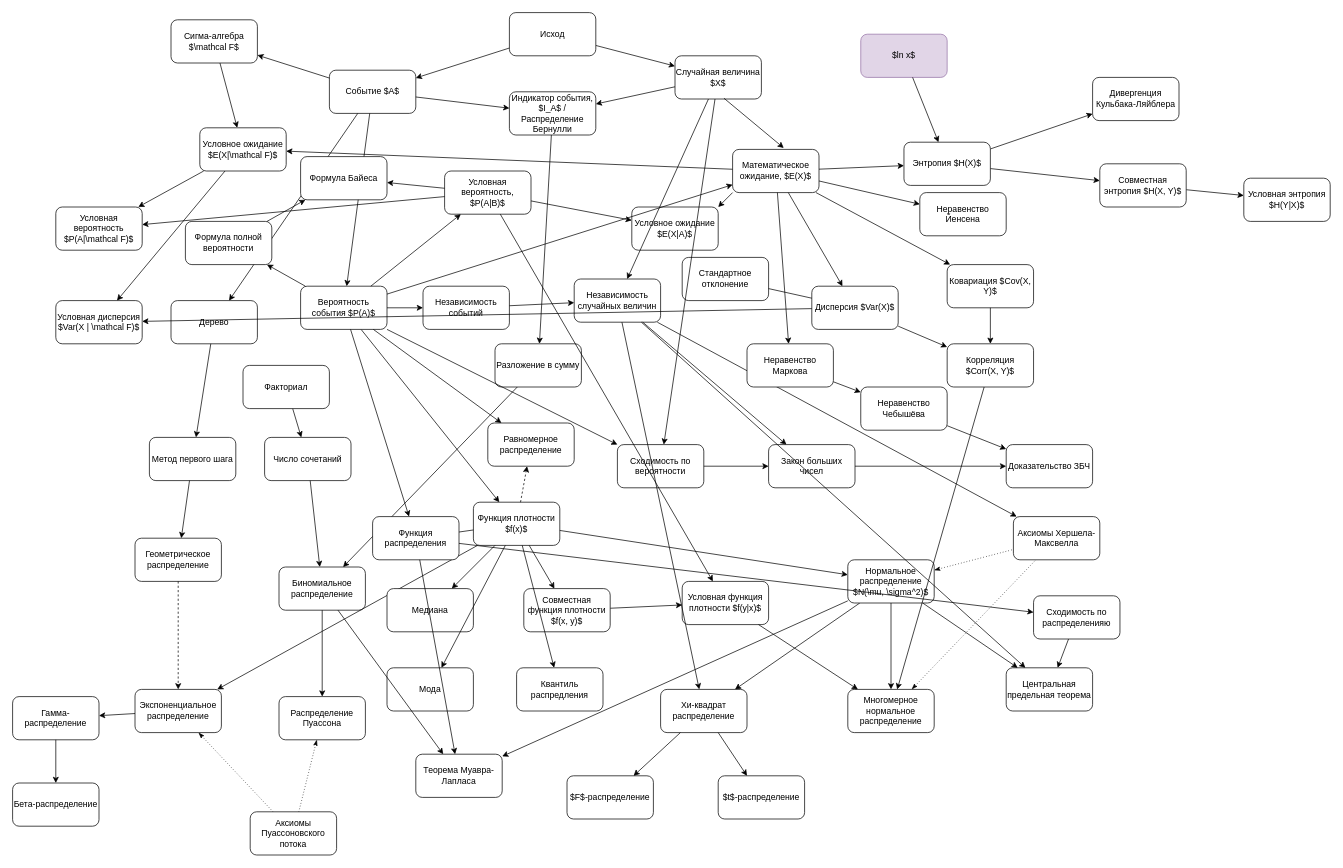
Before: probability_map.drawio in bdemeshev/probability_map, a draw.io diagram. Source tidied: cells renumbered, new cells numbered last; positions are measured from the earlier drawing's top-left corner, leaving out a move shared by most shapes. Both pictures are drawn from the tidied source at 72%, with x=0, y=0 at pixel (12, 12).
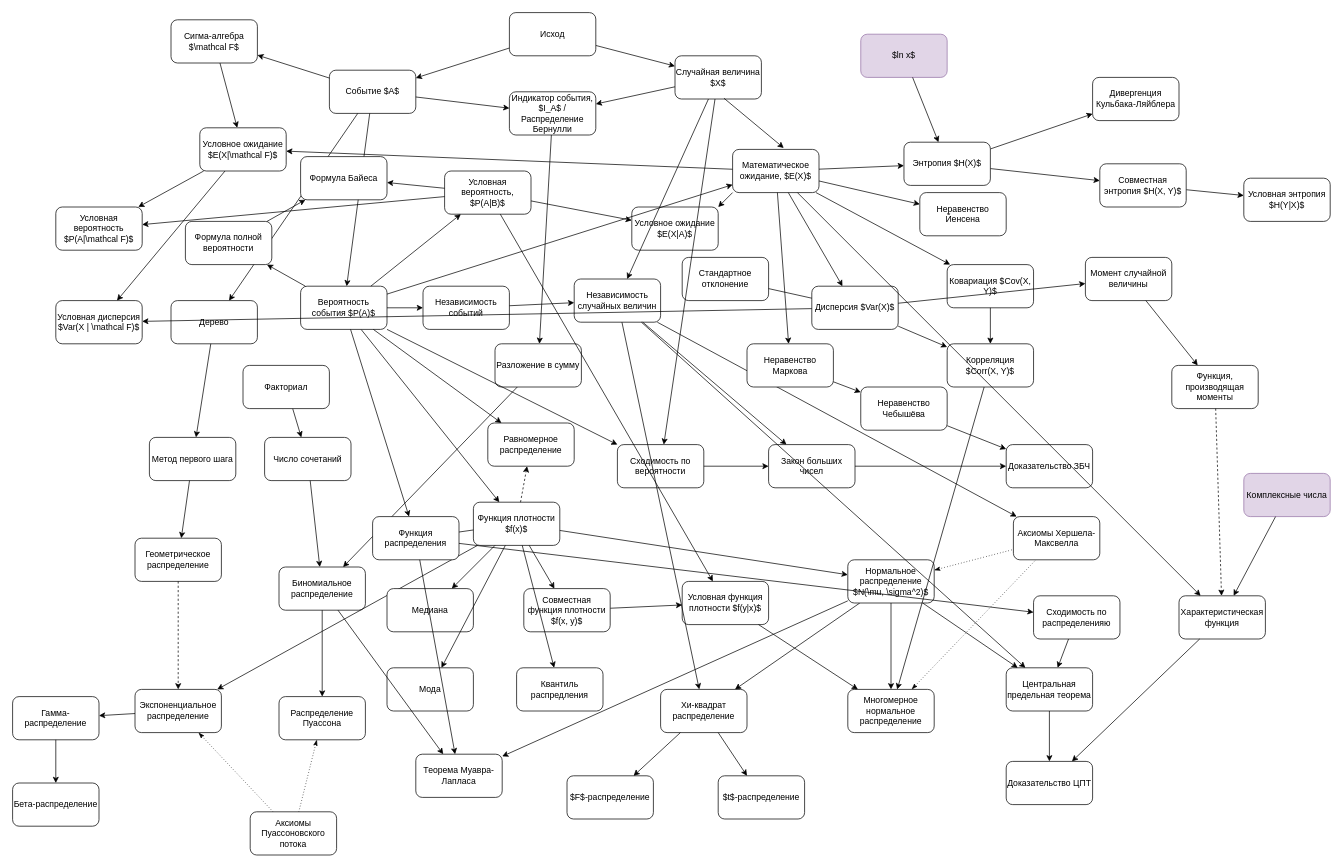
After the change.

Commit message:
characteristic function

Unchanged cells that the change refers to:
```xml
<mxCell id="7" value="Математическое ожидание, $E(X)$" style="rounded=1;whiteSpace=wrap;html=1;" parent="1" vertex="1">
  <mxGeometry x="1000" y="190" width="120" height="60" as="geometry" />
</mxCell>
<mxCell id="27" value="Дисперсия $Var(X)$" style="rounded=1;whiteSpace=wrap;html=1;" parent="1" vertex="1">
  <mxGeometry x="1110" y="380" width="120" height="60" as="geometry" />
</mxCell>
<mxCell id="63" value="Центральная предельная теорема" style="rounded=1;whiteSpace=wrap;html=1;" parent="1" vertex="1">
  <mxGeometry x="1380" y="910" width="120" height="60" as="geometry" />
</mxCell>
```

Diff of the diagram source:
```diff
@@
+    <mxCell id="147" value="Доказательство ЦПТ" style="rounded=1;whiteSpace=wrap;html=1;" parent="1" vertex="1">
+      <mxGeometry x="1380" y="1040" width="120" height="60" as="geometry" />
+    </mxCell>
+    <mxCell id="148" style="endArrow=classic;html=1;" parent="1" edge="1" source="63" target="147">
+      <mxGeometry relative="1" as="geometry" />
+    </mxCell>
+    <mxCell id="149" value="Характеристическая функция" style="rounded=1;whiteSpace=wrap;html=1;" parent="1" vertex="1">
+      <mxGeometry x="1620" y="810" width="120" height="60" as="geometry" />
+    </mxCell>
+    <mxCell id="150" value="Комплексные числа" style="rounded=1;whiteSpace=wrap;html=1;fillColor=#e1d5e7;strokeColor=#9673a6;" parent="1" vertex="1">
+      <mxGeometry x="1710" y="640" width="120" height="60" as="geometry" />
+    </mxCell>
+    <mxCell id="151" style="endArrow=classic;html=1;" parent="1" edge="1" source="150" target="149">
+      <mxGeometry relative="1" as="geometry" />
+    </mxCell>
+    <mxCell id="152" style="endArrow=classic;html=1;" parent="1" edge="1" source="149" target="147">
+      <mxGeometry relative="1" as="geometry" />
+    </mxCell>
+    <mxCell id="153" style="endArrow=classic;html=1;" parent="1" edge="1" source="7" target="149">
+      <mxGeometry relative="1" as="geometry" />
+    </mxCell>
+    <mxCell id="154" value="Функция, производящая моменты" style="rounded=1;whiteSpace=wrap;html=1;" parent="1" vertex="1">
+      <mxGeometry x="1610" y="490" width="120" height="60" as="geometry" />
+    </mxCell>
+    <mxCell id="155" value="Момент случайной величины" style="rounded=1;whiteSpace=wrap;html=1;" parent="1" vertex="1">
+      <mxGeometry x="1490" y="340" width="120" height="60" as="geometry" />
+    </mxCell>
+    <mxCell id="156" style="endArrow=classic;html=1;" parent="1" edge="1" source="27" target="155">
+      <mxGeometry relative="1" as="geometry" />
+    </mxCell>
+    <mxCell id="157" style="endArrow=classic;html=1;" parent="1" edge="1" source="155" target="154">
+      <mxGeometry relative="1" as="geometry" />
+    </mxCell>
+    <mxCell id="158" style="endArrow=classic;html=1;dashed=1;" parent="1" edge="1" source="154" target="149">
+      <mxGeometry relative="1" as="geometry" />
+    </mxCell>
```
